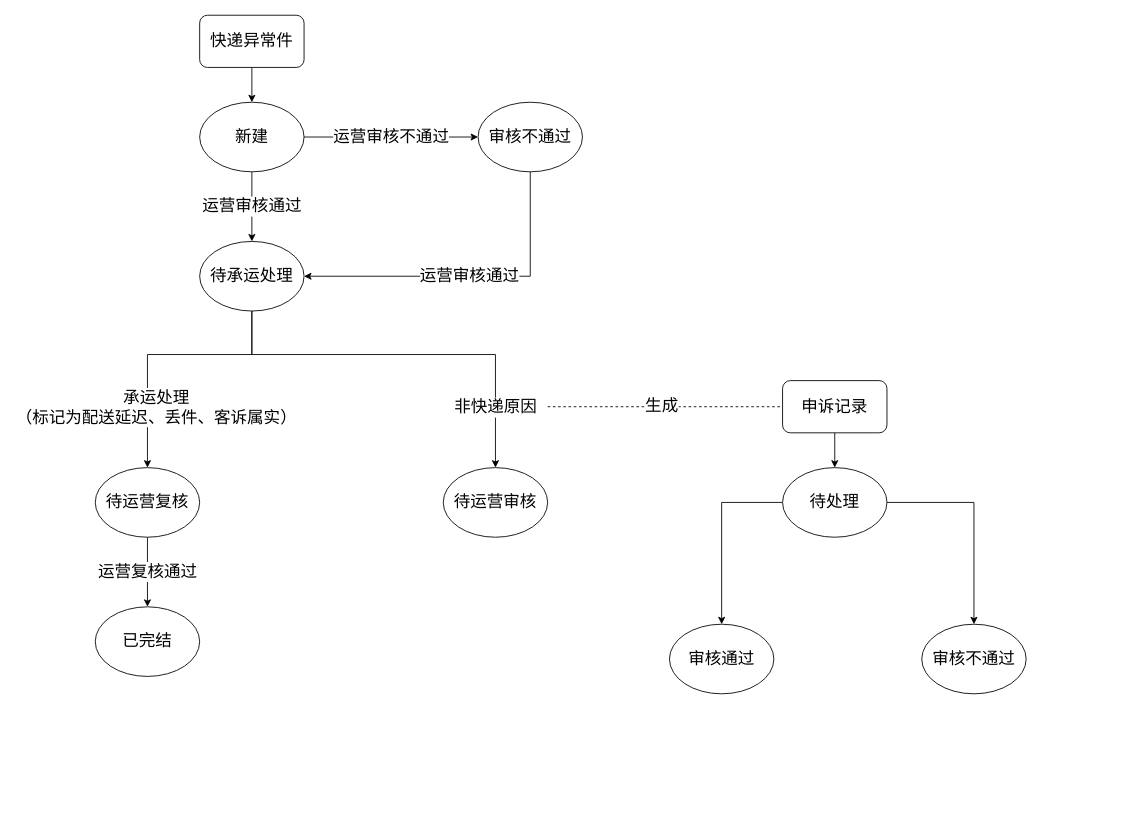
This is diagrams/快递异常件处理进度状态机.drawio from libo9527/static, a draw.io file, before an edit. Source tidied: cells renumbered, new cells numbered last; positions are measured from the earlier drawing's top-left corner, leaving out a move shared by most shapes. Both pictures are drawn from the tidied source at 87%, with x=0, y=0 at pixel (95, 15).
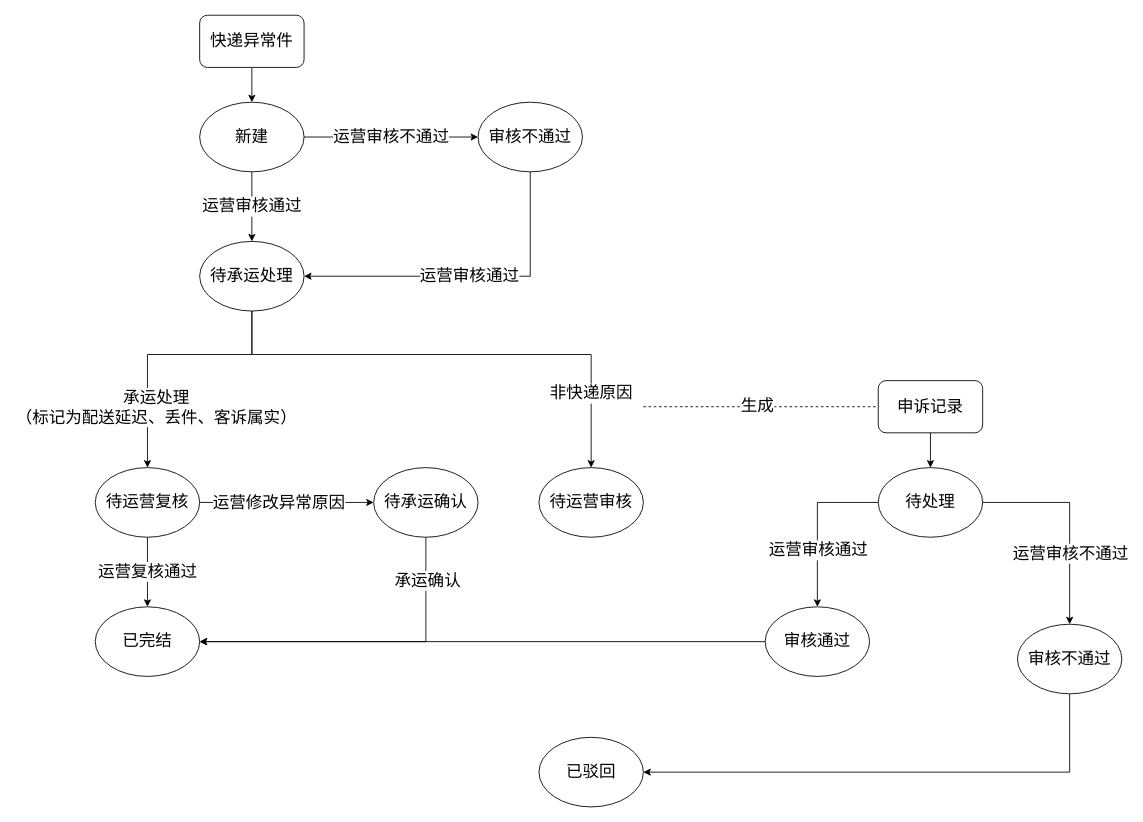
The same diagram, later.

Commit message (it also covers changes not shown here):
Update 快递异常件处理进度状态机.drawio

The change refers to these unchanged cells:
```xml
<mxCell id="8" value="&lt;font style=&quot;font-size: 19px&quot;&gt;待承运处理&lt;/font&gt;" style="ellipse;whiteSpace=wrap;html=1;" parent="1" vertex="1">
  <mxGeometry x="120" y="260" width="120" height="80" as="geometry" />
</mxCell>
<mxCell id="10" value="&lt;font style=&quot;font-size: 19px&quot;&gt;待运营复核&lt;/font&gt;" style="ellipse;whiteSpace=wrap;html=1;" parent="1" vertex="1">
  <mxGeometry y="520" width="120" height="80" as="geometry" />
</mxCell>
<mxCell id="11" value="&lt;span style=&quot;font-size: 19px&quot;&gt;已完结&lt;/span&gt;" style="ellipse;whiteSpace=wrap;html=1;" parent="1" vertex="1">
  <mxGeometry y="680" width="120" height="80" as="geometry" />
</mxCell>
<mxCell id="15" style="edgeStyle=orthogonalEdgeStyle;rounded=0;jettySize=auto;html=1;fontSize=19;" parent="1" edge="1" source="17" target="24">
  <mxGeometry relative="1" as="geometry" />
</mxCell>
<mxCell id="16" style="edgeStyle=orthogonalEdgeStyle;rounded=0;jettySize=auto;html=1;fontSize=19;" parent="1" edge="1" source="17" target="25">
  <mxGeometry relative="1" as="geometry" />
</mxCell>
```

The edit, as a diff of the source:
```diff
@@
     <mxCell id="7" value="非快递原因" style="edgeStyle=orthogonalEdgeStyle;rounded=0;jettySize=auto;html=1;fontSize=19;exitX=0.5;exitY=1;exitDx=0;exitDy=0;" parent="1" edge="1" source="8" target="14">
       <mxGeometry x="0.7" relative="1" as="geometry">
         <Array as="points">
           <mxPoint x="180" y="390" />
-          <mxPoint x="460" y="390" />
+          <mxPoint x="570" y="390" />
         </Array>
       </mxGeometry>
     </mxCell>
@@
+    <mxCell id="26" style="edgeStyle=orthogonalEdgeStyle;rounded=0;jettySize=auto;html=1;fontSize=19;" parent="1" edge="1" source="10" target="35">
+      <mxGeometry relative="1" as="geometry" />
+    </mxCell>
+    <mxCell id="27" value="运营修改异常原因" style="edgeLabel;html=1;align=center;verticalAlign=middle;fontSize=19;" parent="26" vertex="1">
+      <mxGeometry x="-0.17" relative="1" as="geometry">
+        <mxPoint x="7" as="offset" />
+      </mxGeometry>
+    </mxCell>
@@
     <mxCell id="14" value="&lt;font style=&quot;font-size: 19px&quot;&gt;待运营审核&lt;/font&gt;" style="ellipse;whiteSpace=wrap;html=1;" parent="1" vertex="1">
-      <mxGeometry x="400" y="520" width="120" height="80" as="geometry" />
+      <mxGeometry x="510" y="520" width="120" height="80" as="geometry" />
     </mxCell>
@@
+    <mxCell id="28" value="运营审核通过" style="edgeLabel;html=1;align=center;verticalAlign=middle;fontSize=19;" parent="15" vertex="1">
+      <mxGeometry x="0.31" relative="1" as="geometry" />
+    </mxCell>
@@
+    <mxCell id="29" value="运营审核不通过" style="edgeLabel;html=1;align=center;verticalAlign=middle;fontSize=19;" parent="16" vertex="1">
+      <mxGeometry x="0.32" relative="1" as="geometry" />
+    </mxCell>
     <mxCell id="17" value="待处理" style="ellipse;whiteSpace=wrap;html=1;fontSize=19;" parent="1" vertex="1">
-      <mxGeometry x="790" y="520" width="120" height="80" as="geometry" />
+      <mxGeometry x="900" y="520" width="120" height="80" as="geometry" />
     </mxCell>
@@
     <mxCell id="19" value="申诉记录" style="rounded=1;whiteSpace=wrap;html=1;fontSize=19;" parent="1" vertex="1">
-      <mxGeometry x="790" y="420" width="120" height="60" as="geometry" />
+      <mxGeometry x="900" y="420" width="120" height="60" as="geometry" />
     </mxCell>
     <mxCell id="20" style="endArrow=none;dashed=1;html=1;rounded=0;fontSize=19;entryX=0;entryY=0.5;entryDx=0;entryDy=0;" parent="1" edge="1" target="19">
       <mxGeometry relative="1" as="geometry">
-        <mxPoint x="520" y="450" as="sourcePoint" />
+        <mxPoint x="630" y="450" as="sourcePoint" />
       </mxGeometry>
     </mxCell>
@@
+    <mxCell id="30" style="edgeStyle=orthogonalEdgeStyle;rounded=0;jettySize=auto;html=1;fontSize=19;" parent="1" edge="1" source="24" target="11">
+      <mxGeometry relative="1" as="geometry" />
+    </mxCell>
     <mxCell id="24" value="审核通过" style="ellipse;whiteSpace=wrap;html=1;fontSize=19;" parent="1" vertex="1">
-      <mxGeometry x="660" y="700" width="120" height="80" as="geometry" />
+      <mxGeometry x="770" y="680" width="120" height="80" as="geometry" />
     </mxCell>
+    <mxCell id="31" style="edgeStyle=orthogonalEdgeStyle;rounded=0;jettySize=auto;html=1;fontSize=19;" parent="1" edge="1" source="25" target="32">
+      <mxGeometry relative="1" as="geometry">
+        <Array as="points">
+          <mxPoint x="1120" y="870" />
+        </Array>
+      </mxGeometry>
+    </mxCell>
     <mxCell id="25" value="审核不通过" style="ellipse;whiteSpace=wrap;html=1;fontSize=19;" parent="1" vertex="1">
-      <mxGeometry x="950" y="700" width="120" height="80" as="geometry" />
+      <mxGeometry x="1060" y="700" width="120" height="80" as="geometry" />
     </mxCell>
+    <mxCell id="32" value="已驳回" style="ellipse;whiteSpace=wrap;html=1;fontSize=19;" parent="1" vertex="1">
+      <mxGeometry x="510" y="830" width="120" height="80" as="geometry" />
+    </mxCell>
+    <mxCell id="33" style="edgeStyle=orthogonalEdgeStyle;rounded=0;jettySize=auto;html=1;exitX=0.5;exitY=1;exitDx=0;exitDy=0;entryX=1;entryY=0.5;entryDx=0;entryDy=0;fontSize=19;" parent="1" edge="1" source="35" target="11">
+      <mxGeometry relative="1" as="geometry" />
+    </mxCell>
+    <mxCell id="34" value="承运确认" style="edgeLabel;html=1;align=center;verticalAlign=middle;fontSize=19;" parent="33" vertex="1">
+      <mxGeometry x="-0.74" y="1" relative="1" as="geometry" />
+    </mxCell>
+    <mxCell id="35" value="&lt;font style=&quot;font-size: 19px&quot;&gt;待承运确认&lt;/font&gt;" style="ellipse;whiteSpace=wrap;html=1;" parent="1" vertex="1">
+      <mxGeometry x="320" y="520" width="120" height="80" as="geometry" />
+    </mxCell>
```
